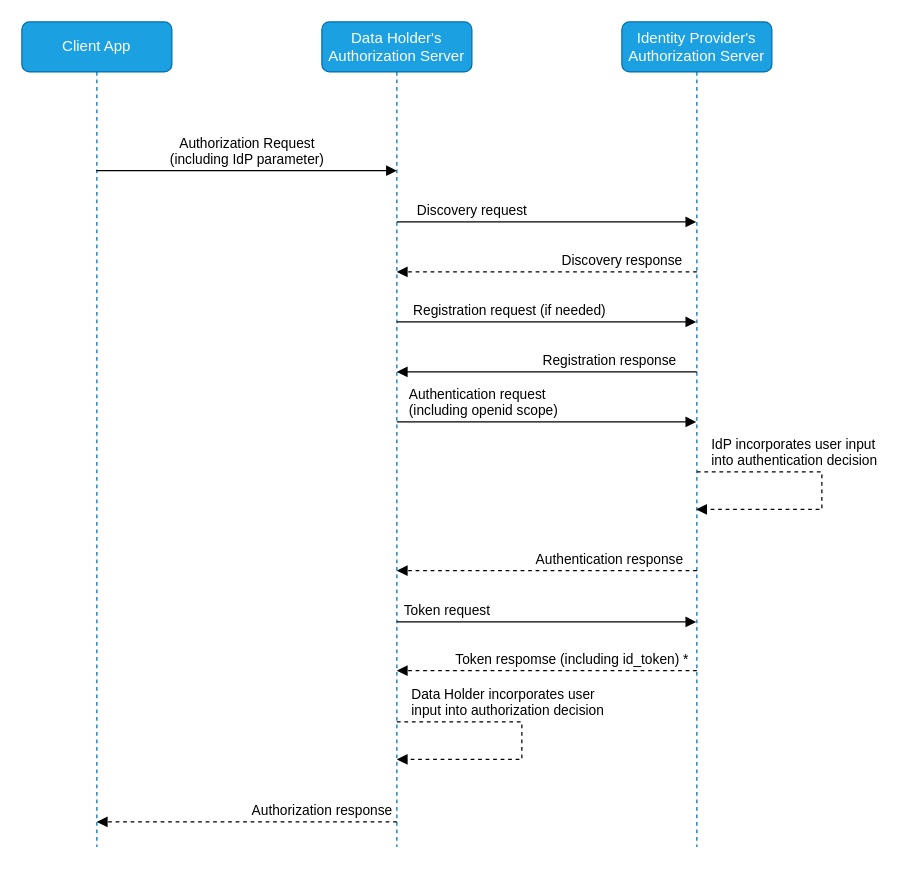
Before: page "IdP" (7 of 7) of input/images/Use Case Diagrams.drawio in HL7/fhir-identity-matching-ig, a draw.io diagram. Source tidied: cells renumbered, new cells numbered last; positions are measured from the earlier drawing's top-left corner, leaving out a move shared by most shapes. Both pictures are drawn from the tidied source at 125%, with x=0, y=0 at pixel (21, 21).
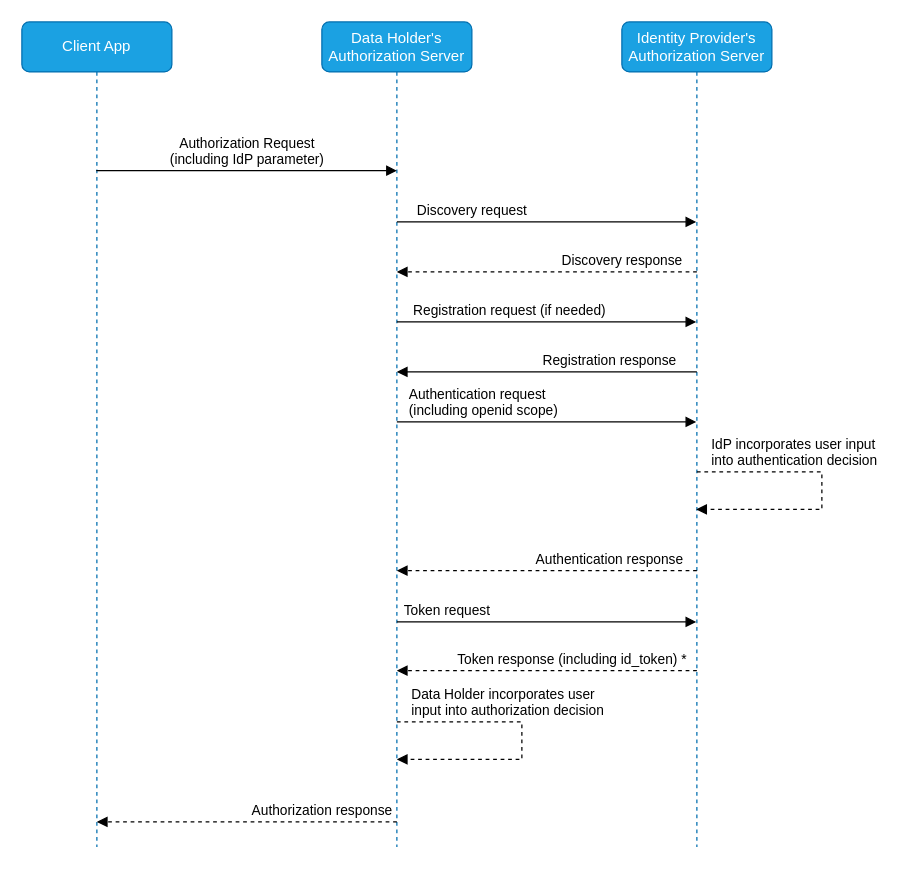
The same page after the edit.

Change to the diagram source:
```diff
@@
-    <mxCell id="14" value="&lt;div style=&quot;text-align: right;&quot;&gt;&lt;span style=&quot;background-color: light-dark(#ffffff, var(--ge-dark-color, #121212)); color: light-dark(rgb(0, 0, 0), rgb(255, 255, 255));&quot;&gt;Token respomse&amp;nbsp;&lt;/span&gt;&lt;span style=&quot;background-color: light-dark(#ffffff, var(--ge-dark-color, #121212)); color: light-dark(rgb(0, 0, 0), rgb(255, 255, 255)); text-align: center;&quot;&gt;(including id_token) *&lt;/span&gt;&lt;/div&gt;" style="html=1;verticalAlign=bottom;endArrow=block;edgeStyle=elbowEdgeStyle;elbow=vertical;curved=0;rounded=0;fillColor=#000000;strokeColor=light-dark(#000000,#FFACAC);align=center;dashed=1;" parent="1" edge="1">
+    <mxCell id="14" value="&lt;div style=&quot;text-align: right;&quot;&gt;&lt;span style=&quot;background-color: light-dark(#ffffff, var(--ge-dark-color, #121212)); color: light-dark(rgb(0, 0, 0), rgb(255, 255, 255));&quot;&gt;Token response&amp;nbsp;&lt;/span&gt;&lt;span style=&quot;background-color: light-dark(#ffffff, var(--ge-dark-color, #121212)); color: light-dark(rgb(0, 0, 0), rgb(255, 255, 255)); text-align: center;&quot;&gt;(including id_token) *&lt;/span&gt;&lt;/div&gt;" style="html=1;verticalAlign=bottom;endArrow=block;edgeStyle=elbowEdgeStyle;elbow=vertical;curved=0;rounded=0;fillColor=#000000;strokeColor=light-dark(#000000,#FFACAC);align=center;dashed=1;" parent="1" edge="1">
       <mxGeometry x="-0.17" relative="1" as="geometry">
         <mxPoint x="540" y="519" as="sourcePoint" />
         <mxPoint x="300" y="519" as="targetPoint" />
         <Array as="points">
           <mxPoint x="430" y="519" />
           <mxPoint x="618" y="539" />
         </Array>
       </mxGeometry>
     </mxCell>
```
